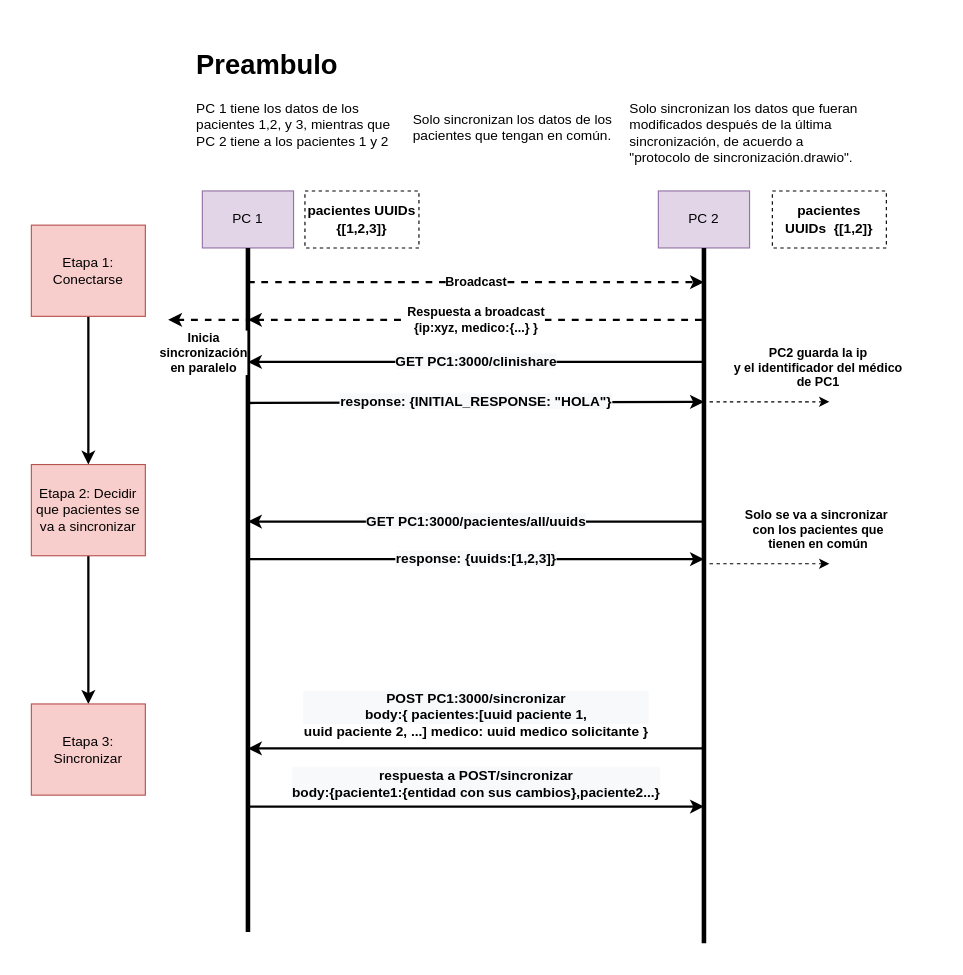
Above: documentación/presentacion 3er sprint/clinishare etapas de sincronizacion con metodos.drawio in jonathanc0101/CliniShare (draw.io), before the change. Source tidied: cells renumbered, new cells numbered last; positions are measured from the earlier drawing's top-left corner, leaving out a move shared by most shapes. Both pictures are drawn from the tidied source at 114%, with x=0, y=0 at pixel (31, 42).
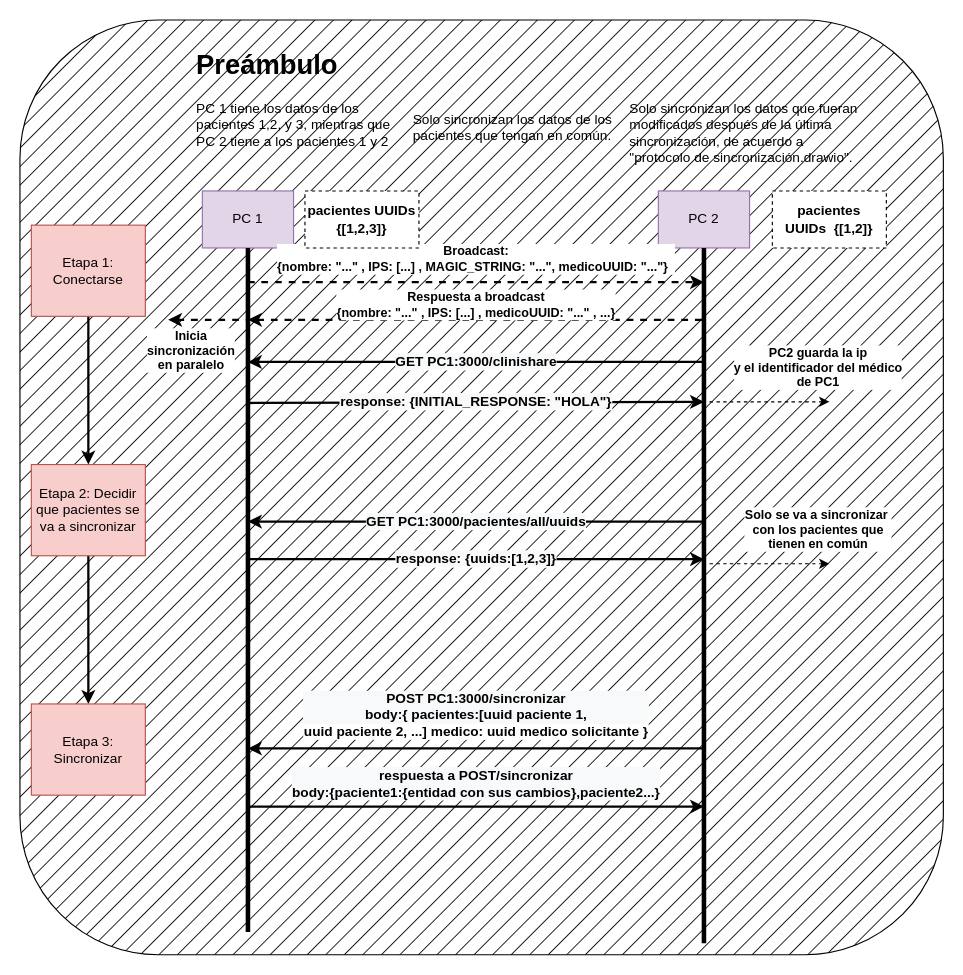
The same page after the edit.

What changed in the source:
```diff
@@
+    <mxCell id="27" style="rounded=1;whiteSpace=wrap;html=1;fillStyle=hatch;fillColor=#000000;" parent="1" vertex="1">
+      <mxGeometry x="-10" y="-20" width="810" height="820" as="geometry" />
+    </mxCell>
@@
-    <mxCell id="6" value="Broadcast" style="curved=1;endArrow=classic;html=1;rounded=0;fontStyle=1;dashed=1;strokeWidth=2;" parent="1" edge="1">
-      <mxGeometry relative="1" as="geometry">
+    <mxCell id="6" value="Broadcast: &lt;br&gt;{nombre: &quot;...&quot; , IPS: [...] , MAGIC_STRING: &quot;...&quot;, medicoUUID: &quot;...&quot;}&amp;nbsp;&amp;nbsp;" style="curved=1;endArrow=classic;html=1;rounded=0;fontStyle=1;dashed=1;strokeWidth=2;" parent="1" edge="1">
+      <mxGeometry y="20" relative="1" as="geometry">
         <mxPoint x="190" y="210" as="sourcePoint" />
         <mxPoint x="590" y="210" as="targetPoint" />
       </mxGeometry>
     </mxCell>
@@
-    <mxCell id="17" value="Respuesta a broadcast&lt;br&gt;{ip:xyz, medico:{...} }" style="curved=1;endArrow=none;html=1;rounded=0;fontStyle=1;dashed=1;startArrow=classic;startFill=1;endFill=0;strokeWidth=2;" parent="1" edge="1">
-      <mxGeometry relative="1" as="geometry">
+    <mxCell id="17" value="Respuesta a broadcast&lt;br&gt;{nombre: &quot;...&quot; , IPS: [...] , medicoUUID: &quot;...&quot; , ...}" style="curved=1;endArrow=none;html=1;rounded=0;fontStyle=1;dashed=1;startArrow=classic;startFill=1;endFill=0;strokeWidth=2;" parent="1" edge="1">
+      <mxGeometry y="13" relative="1" as="geometry">
         <mxPoint x="190" y="243" as="sourcePoint" />
         <mxPoint x="590" y="243" as="targetPoint" />
         <Array as="points">
           <mxPoint x="300" y="243" />
         </Array>
       </mxGeometry>
     </mxCell>
@@
     <mxCell id="20" value="Inicia &lt;br&gt;sincronización&lt;br&gt;en paralelo" style="curved=1;endArrow=none;html=1;rounded=0;fontStyle=1;dashed=1;startArrow=classic;startFill=1;endFill=0;strokeWidth=2;" parent="1" edge="1">
-      <mxGeometry x="-0.11" y="-29" relative="1" as="geometry">
+      <mxGeometry x="-0.43" y="-27" relative="1" as="geometry">
         <mxPoint x="120" y="243" as="sourcePoint" />
         <mxPoint x="190" y="243" as="targetPoint" />
       </mxGeometry>
     </mxCell>
@@
-    <mxCell id="22" value="&lt;h1&gt;Preambulo&lt;/h1&gt;&lt;p&gt;PC 1 tiene los datos de los pacientes 1,2, y 3, mientras que PC 2 tiene a los pacientes 1 y 2&lt;/p&gt;" style="text;html=1;strokeColor=none;fillColor=none;spacing=5;spacingTop=-20;whiteSpace=wrap;overflow=hidden;rounded=0;" parent="1" vertex="1">
+    <mxCell id="22" value="&lt;h1&gt;Preámbulo&lt;/h1&gt;&lt;p&gt;PC 1 tiene los datos de los pacientes 1,2, y 3, mientras que PC 2 tiene a los pacientes 1 y 2&lt;/p&gt;" style="text;html=1;strokeColor=none;fillColor=none;spacing=5;spacingTop=-20;whiteSpace=wrap;overflow=hidden;rounded=0;" parent="1" vertex="1">
       <mxGeometry x="140" width="190" height="120" as="geometry" />
     </mxCell>
```
